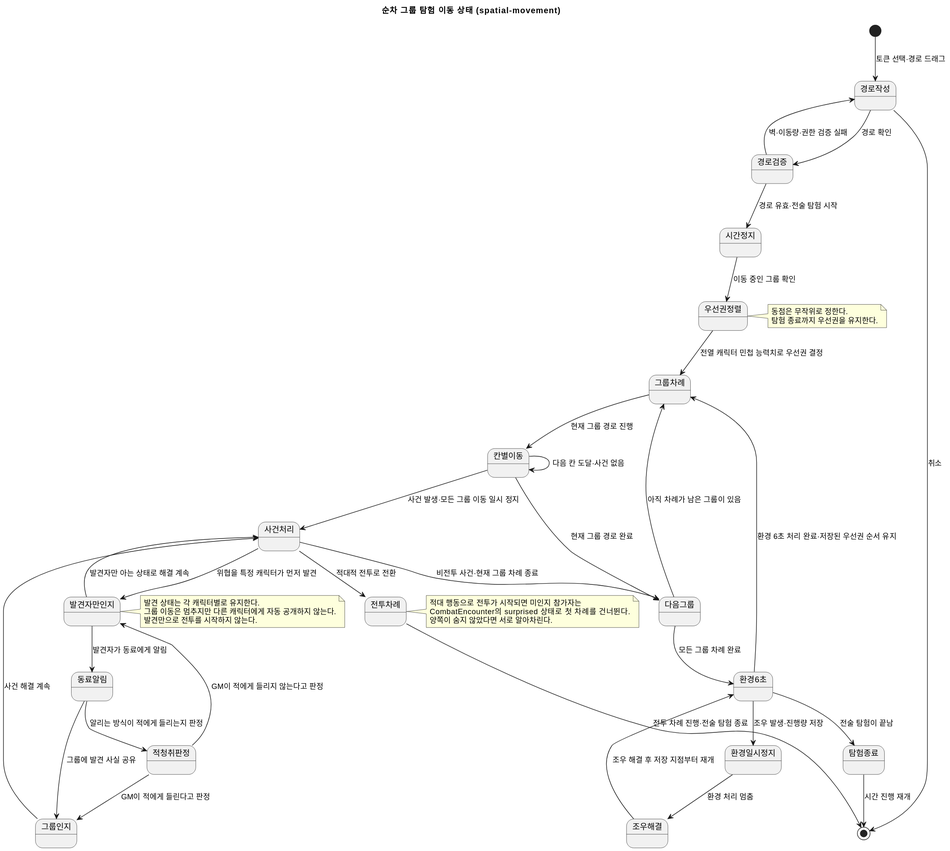
Earlier version of the PlantUML export docs/contracts/diagrams/spatial-movement.state.svg (omegafrog/dnd-master).
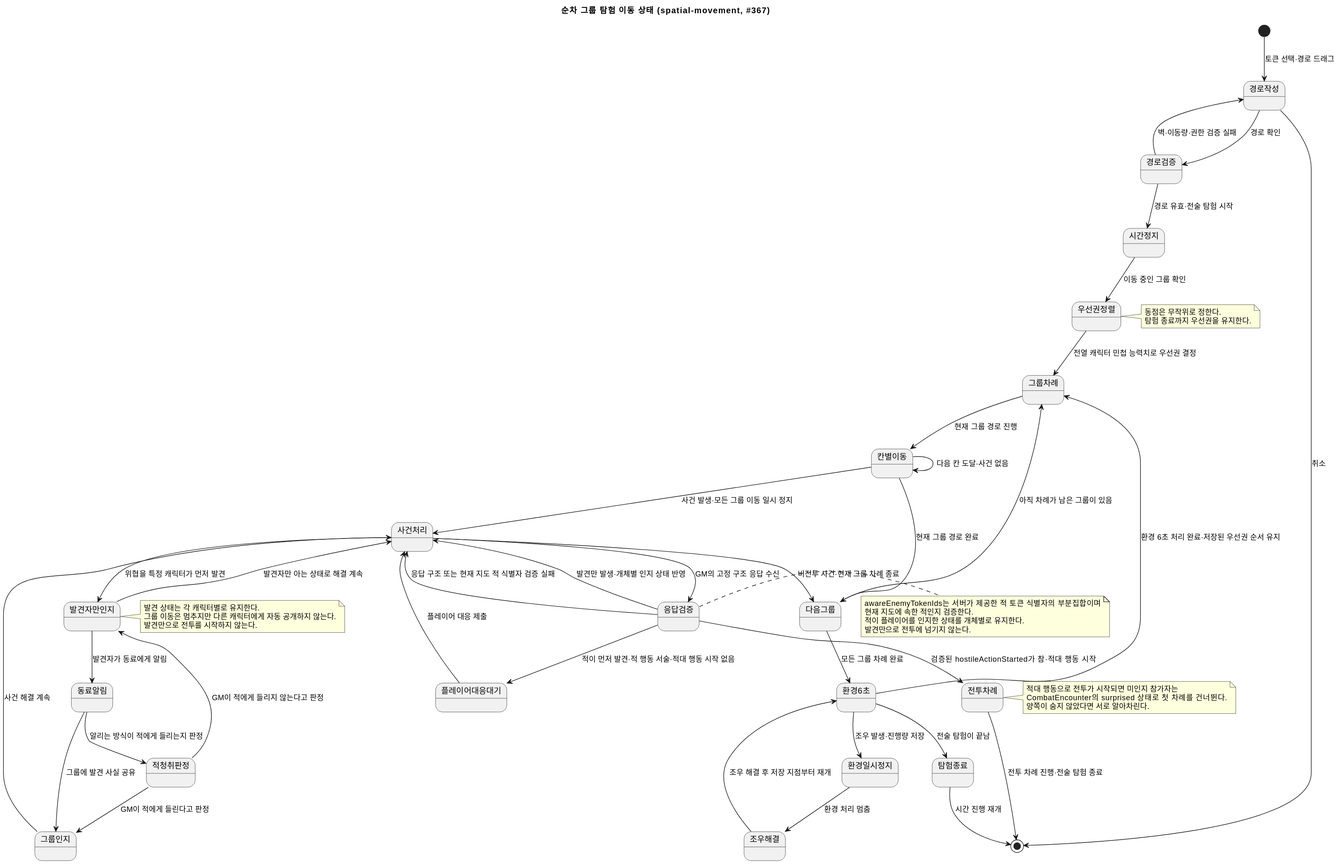
The same diagram one commit later.

Diff of the diagram source:
```diff
@@ -1,5 +1,5 @@
 @startuml
- title 순차 그룹 탐험 이동 상태 (spatial-movement)
+ title 순차 그룹 탐험 이동 상태 (spatial-movement, #367)
  [*] --> 경로작성 : 토큰 선택·경로 드래그
  경로작성 --> 경로검증 : 경로 확인
  경로검증 --> 경로작성 : 벽·이동량·권한 검증 실패
@@ -13,7 +13,18 @@
  그룹차례 --> 칸별이동 : 현재 그룹 경로 진행
  칸별이동 --> 칸별이동 : 다음 칸 도달·사건 없음
  칸별이동 --> 사건처리 : 사건 발생·모든 그룹 이동 일시 정지
- 사건처리 --> 전투차례 : 적대적 전투로 전환
+ 사건처리 --> 응답검증 : GM의 고정 구조 응답 수신
+ 응답검증 --> 사건처리 : 응답 구조 또는 현재 지도 적 식별자 검증 실패
+ 응답검증 --> 전투차례 : 검증된 hostileActionStarted가 참·적대 행동 시작
+ 응답검증 --> 플레이어대응대기 : 적이 먼저 발견·적 행동 서술·적대 행동 시작 없음
+ 플레이어대응대기 --> 사건처리 : 플레이어 대응 제출
+ 응답검증 --> 사건처리 : 발견만 발생·개체별 인지 상태 반영
+ note right of 응답검증
+   awareEnemyTokenIds는 서버가 제공한 적 토큰 식별자의 부분집합이며
+   현재 지도에 속한 적인지 검증한다.
+   적이 플레이어를 인지한 상태를 개체별로 유지한다.
+   발견만으로 전투에 넘기지 않는다.
+ end note
  사건처리 --> 발견자만인지 : 위협을 특정 캐릭터가 먼저 발견
  발견자만인지 --> 동료알림 : 발견자가 동료에게 알림
  동료알림 --> 그룹인지 : 그룹에 발견 사실 공유
```
